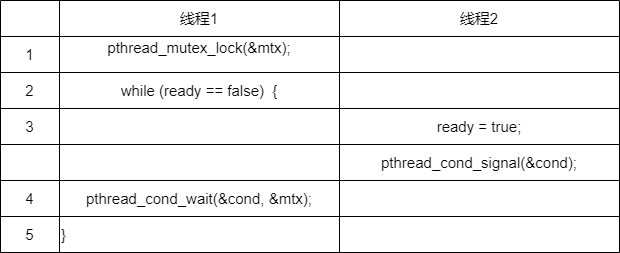
Above: os/条件变量需要互斥锁的理由.drawio.png in guxdong/imgrepo (draw.io), before the change. Source tidied: cells renumbered, new cells last; positions are measured from the earlier drawing's top-left corner, leaving out a move shared by most shapes.
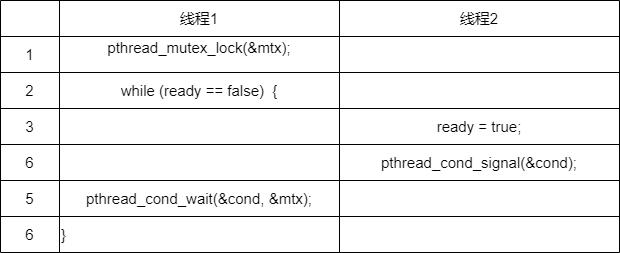
After the commit.

Commit message:
更新条件变量需要互斥锁的理由.drawio.png

What changed in the source:
```diff
@@ -56,7 +56,7 @@
     <mxCell id="19" style="shape=tableRow;horizontal=0;startSize=0;swimlaneHead=0;swimlaneBody=0;top=0;left=0;bottom=0;right=0;fillColor=none;rounded=1;fontSize=15;" parent="2" vertex="1">
       <mxGeometry y="144" width="619" height="36" as="geometry" />
     </mxCell>
-    <mxCell id="20" style="shape=partialRectangle;html=1;whiteSpace=wrap;overflow=hidden;fillColor=none;top=0;left=0;bottom=0;right=0;rounded=1;fontSize=15;" parent="19" vertex="1">
+    <mxCell id="20" value="6" style="shape=partialRectangle;html=1;whiteSpace=wrap;overflow=hidden;fillColor=none;top=0;left=0;bottom=0;right=0;rounded=1;fontSize=15;" parent="19" vertex="1">
       <mxGeometry width="59" height="36" as="geometry" />
     </mxCell>
     <mxCell id="21" style="shape=partialRectangle;html=1;whiteSpace=wrap;overflow=hidden;fillColor=none;top=0;left=0;bottom=0;right=0;rounded=1;fontSize=15;" parent="19" vertex="1">
@@ -68,7 +68,7 @@
     <mxCell id="23" style="shape=tableRow;horizontal=0;startSize=0;swimlaneHead=0;swimlaneBody=0;top=0;left=0;bottom=0;right=0;fillColor=none;rounded=1;fontSize=15;" parent="2" vertex="1">
       <mxGeometry y="180" width="619" height="36" as="geometry" />
     </mxCell>
-    <mxCell id="24" value="4" style="shape=partialRectangle;html=1;whiteSpace=wrap;overflow=hidden;fillColor=none;top=0;left=0;bottom=0;right=0;rounded=1;fontSize=15;" parent="23" vertex="1">
+    <mxCell id="24" value="5" style="shape=partialRectangle;html=1;whiteSpace=wrap;overflow=hidden;fillColor=none;top=0;left=0;bottom=0;right=0;rounded=1;fontSize=15;" parent="23" vertex="1">
       <mxGeometry width="59" height="36" as="geometry" />
     </mxCell>
     <mxCell id="25" value="pthread_cond_wait(&amp;amp;cond, &amp;amp;mtx);" style="shape=partialRectangle;html=1;whiteSpace=wrap;overflow=hidden;fillColor=none;top=0;left=0;bottom=0;right=0;rounded=1;fontSize=15;" parent="23" vertex="1">
@@ -80,7 +80,7 @@
     <mxCell id="27" style="shape=tableRow;horizontal=0;startSize=0;swimlaneHead=0;swimlaneBody=0;top=0;left=0;bottom=0;right=0;fillColor=none;rounded=1;fontSize=15;" parent="2" vertex="1">
       <mxGeometry y="216" width="619" height="36" as="geometry" />
     </mxCell>
-    <mxCell id="28" value="5" style="shape=partialRectangle;html=1;whiteSpace=wrap;overflow=hidden;fillColor=none;top=0;left=0;bottom=0;right=0;rounded=1;align=center;fontSize=15;" parent="27" vertex="1">
+    <mxCell id="28" value="6" style="shape=partialRectangle;html=1;whiteSpace=wrap;overflow=hidden;fillColor=none;top=0;left=0;bottom=0;right=0;rounded=1;align=center;fontSize=15;" parent="27" vertex="1">
       <mxGeometry width="59" height="36" as="geometry" />
     </mxCell>
     <mxCell id="29" value="}" style="shape=partialRectangle;html=1;whiteSpace=wrap;overflow=hidden;fillColor=none;top=0;left=0;bottom=0;right=0;rounded=1;align=left;fontSize=15;" parent="27" vertex="1">
```
